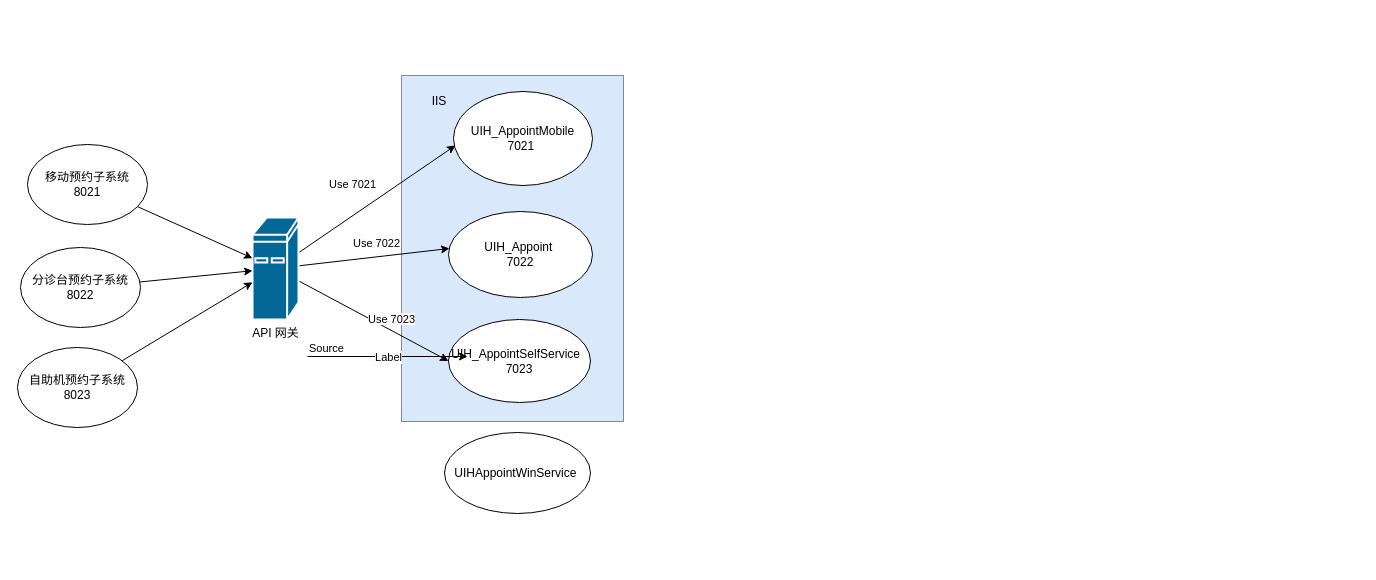
Earlier version of the draw.io diagram 预约图.drawio (vae1314/FlowChart). Source tidied: cells renumbered, new cells numbered last; positions are measured from the earlier drawing's top-left corner, leaving out a move shared by most shapes. Both pictures are drawn from the tidied source at 100%, with x=0, y=0 at pixel (17, 75).
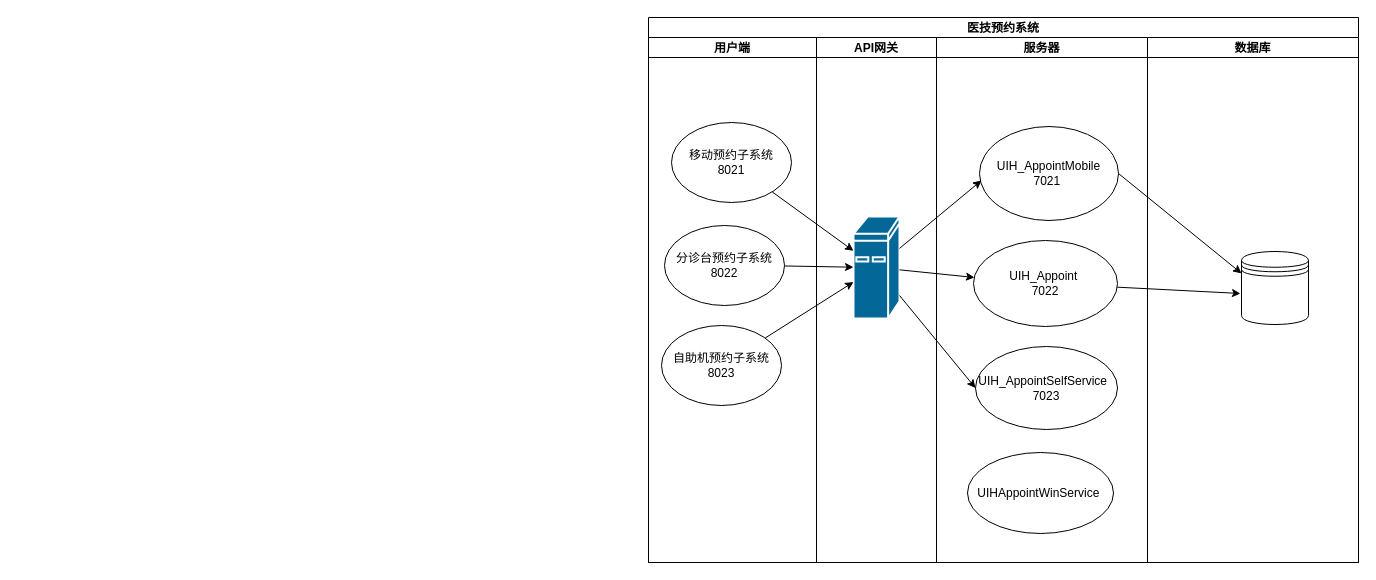
The same diagram, later.

Change to the diagram source:
```diff
@@
-    <mxCell id="2" style="rounded=0;whiteSpace=wrap;html=1;fillColor=#dae8fc;strokeColor=#6c8ebf;" parent="1" vertex="1">
-      <mxGeometry x="384" width="222" height="346" as="geometry" />
-    </mxCell>
+    <mxCell id="25" value="医技预约系统" style="swimlane;startSize=20;" parent="1" vertex="1">
+      <mxGeometry x="631" y="-58" width="710" height="545" as="geometry" />
+    </mxCell>
+    <mxCell id="26" value="用户端" style="swimlane;startSize=20;" parent="25" vertex="1">
+      <mxGeometry y="20" width="168" height="525" as="geometry" />
+    </mxCell>
+    <mxCell id="10" value="移动预约子系统&lt;br&gt;8021" style="ellipse;whiteSpace=wrap;html=1;" parent="26" vertex="1">
+      <mxGeometry x="23" y="85" width="120" height="80" as="geometry" />
+    </mxCell>
+    <mxCell id="12" value="自助机预约子系统&lt;br&gt;8023" style="ellipse;whiteSpace=wrap;html=1;" parent="26" vertex="1">
+      <mxGeometry x="13" y="288" width="120" height="80" as="geometry" />
+    </mxCell>
+    <mxCell id="19" value="分诊台预约子系统&lt;br&gt;8022" style="ellipse;whiteSpace=wrap;html=1;" parent="26" vertex="1">
+      <mxGeometry x="16" y="188" width="120" height="80" as="geometry" />
+    </mxCell>
+    <mxCell id="27" value="API网关" style="swimlane;startSize=20;" parent="25" vertex="1">
+      <mxGeometry x="168" y="20" width="120" height="525" as="geometry" />
+    </mxCell>
+    <mxCell id="8" style="shape=mxgraph.cisco.computers_and_peripherals.ibm_mini_as400;html=1;dashed=0;fillColor=#036897;strokeColor=#ffffff;strokeWidth=2;verticalLabelPosition=bottom;verticalAlign=top;align=center;outlineConnect=0;" parent="27" vertex="1">
+      <mxGeometry x="37" y="179" width="46" height="102" as="geometry" />
+    </mxCell>
+    <mxCell id="28" value="服务器" style="swimlane;startSize=20;" parent="25" vertex="1">
+      <mxGeometry x="288" y="20" width="211" height="525" as="geometry" />
+    </mxCell>
-    <mxCell id="3" value="UIH_AppointSelfService&amp;nbsp;&amp;nbsp;&lt;br&gt;7023" style="ellipse;whiteSpace=wrap;html=1;" parent="1" vertex="1">
-      <mxGeometry x="431" y="244" width="142" height="83" as="geometry" />
+    <mxCell id="3" value="UIH_AppointSelfService&amp;nbsp;&amp;nbsp;&lt;br&gt;7023" style="ellipse;whiteSpace=wrap;html=1;" parent="28" vertex="1">
+      <mxGeometry x="39" y="309" width="142" height="83" as="geometry" />
     </mxCell>
-    <mxCell id="4" value="UIH_AppointMobile&lt;br&gt;7021&amp;nbsp;" style="ellipse;whiteSpace=wrap;html=1;" parent="1" vertex="1">
-      <mxGeometry x="436" y="16" width="139" height="94" as="geometry" />
+    <mxCell id="4" value="UIH_AppointMobile&lt;br&gt;7021&amp;nbsp;" style="ellipse;whiteSpace=wrap;html=1;" parent="28" vertex="1">
+      <mxGeometry x="43" y="89" width="139" height="94" as="geometry" />
     </mxCell>
+    <mxCell id="15" value="UIH_Appoint&amp;nbsp;&lt;br&gt;7022" style="ellipse;whiteSpace=wrap;html=1;" parent="28" vertex="1">
+      <mxGeometry x="37" y="203" width="144" height="86" as="geometry" />
+    </mxCell>
+    <mxCell id="21" style="edgeStyle=none;rounded=0;orthogonalLoop=1;jettySize=auto;html=1;exitX=0.5;exitY=1;exitDx=0;exitDy=0;" parent="28" edge="1">
+      <mxGeometry relative="1" as="geometry">
+        <mxPoint x="54" y="105" as="sourcePoint" />
+        <mxPoint x="54" y="105" as="targetPoint" />
+      </mxGeometry>
+    </mxCell>
+    <mxCell id="14" value="UIHAppointWinService&amp;nbsp;" style="ellipse;whiteSpace=wrap;html=1;" parent="28" vertex="1">
+      <mxGeometry x="31" y="415" width="146" height="81" as="geometry" />
+    </mxCell>
-    <mxCell id="5" style="edgeStyle=none;rounded=0;jettySize=auto;html=1;entryX=0.014;entryY=0.574;entryDx=0;entryDy=0;entryPerimeter=0;" parent="1" edge="1" source="8" target="4">
+    <mxCell id="5" style="edgeStyle=none;rounded=0;jettySize=auto;html=1;entryX=0.014;entryY=0.574;entryDx=0;entryDy=0;entryPerimeter=0;" parent="25" edge="1" source="8" target="4">
       <mxGeometry relative="1" as="geometry" />
     </mxCell>
-    <mxCell id="6" style="edgeStyle=none;rounded=0;jettySize=auto;html=1;entryX=0.007;entryY=0.43;entryDx=0;entryDy=0;entryPerimeter=0;" parent="1" edge="1" source="8" target="15">
+    <mxCell id="6" style="edgeStyle=none;rounded=0;jettySize=auto;html=1;entryX=0.007;entryY=0.43;entryDx=0;entryDy=0;entryPerimeter=0;" parent="25" edge="1" source="8" target="15">
       <mxGeometry relative="1" as="geometry" />
     </mxCell>
-    <mxCell id="7" style="edgeStyle=none;rounded=0;jettySize=auto;html=1;entryX=0;entryY=0.5;entryDx=0;entryDy=0;" parent="1" edge="1" source="8" target="3">
+    <mxCell id="7" style="edgeStyle=none;rounded=0;jettySize=auto;html=1;entryX=0;entryY=0.5;entryDx=0;entryDy=0;" parent="25" edge="1" source="8" target="3">
       <mxGeometry relative="1" as="geometry" />
     </mxCell>
-    <mxCell id="8" value="API 网关&lt;br&gt;" style="shape=mxgraph.cisco.computers_and_peripherals.ibm_mini_as400;html=1;dashed=0;fillColor=#036897;strokeColor=#ffffff;strokeWidth=2;verticalLabelPosition=bottom;verticalAlign=top;align=center;outlineConnect=0;" parent="1" vertex="1">
-      <mxGeometry x="235" y="142" width="46" height="102" as="geometry" />
-    </mxCell>
-    <mxCell id="9" style="rounded=0;jettySize=auto;html=1;" parent="1" edge="1" source="10" target="8">
+    <mxCell id="9" style="rounded=0;jettySize=auto;html=1;" parent="25" edge="1" source="10" target="8">
       <mxGeometry relative="1" as="geometry" />
     </mxCell>
-    <mxCell id="10" value="移动预约子系统&lt;br&gt;8021" style="ellipse;whiteSpace=wrap;html=1;" parent="1" vertex="1">
-      <mxGeometry x="10" y="69" width="120" height="80" as="geometry" />
-    </mxCell>
-    <mxCell id="11" style="rounded=0;jettySize=auto;html=1;" parent="1" edge="1" source="12" target="8">
+    <mxCell id="11" style="rounded=0;jettySize=auto;html=1;" parent="25" edge="1" source="12" target="8">
       <mxGeometry relative="1" as="geometry" />
     </mxCell>
-    <mxCell id="12" value="自助机预约子系统&lt;br&gt;8023" style="ellipse;whiteSpace=wrap;html=1;" parent="1" vertex="1">
-      <mxGeometry y="272" width="120" height="80" as="geometry" />
-    </mxCell>
-    <mxCell id="13" value="Use 7022" style="edgeLabel;html=1;align=center;verticalAlign=middle;" parent="1" vertex="1">
-      <mxGeometry x="354" y="157" as="geometry">
-        <mxPoint x="4" y="10" as="offset" />
-      </mxGeometry>
-    </mxCell>
-    <mxCell id="14" value="UIHAppointWinService&amp;nbsp;" style="ellipse;whiteSpace=wrap;html=1;" parent="1" vertex="1">
-      <mxGeometry x="427" y="357" width="146" height="81" as="geometry" />
-    </mxCell>
-    <mxCell id="15" value="UIH_Appoint&amp;nbsp;&lt;br&gt;7022" style="ellipse;whiteSpace=wrap;html=1;" parent="1" vertex="1">
-      <mxGeometry x="431" y="136" width="144" height="86" as="geometry" />
-    </mxCell>
-    <mxCell id="16" value="&lt;span style=&quot;color: rgb(0, 0, 0); font-family: helvetica; font-size: 11px; font-style: normal; font-weight: 400; letter-spacing: normal; text-align: center; text-indent: 0px; text-transform: none; word-spacing: 0px; background-color: rgb(255, 255, 255); display: inline; float: none;&quot;&gt;Use 7021&lt;/span&gt;" style="text;whiteSpace=wrap;html=1;" parent="1" vertex="1">
-      <mxGeometry x="310" y="95" width="71" height="28" as="geometry" />
-    </mxCell>
-    <mxCell id="17" value="&lt;span style=&quot;color: rgb(0 , 0 , 0) ; font-family: &amp;#34;helvetica&amp;#34; ; font-size: 11px ; font-style: normal ; font-weight: 400 ; letter-spacing: normal ; text-align: center ; text-indent: 0px ; text-transform: none ; word-spacing: 0px ; background-color: rgb(255 , 255 , 255) ; display: inline ; float: none&quot;&gt;Use 7023&lt;/span&gt;" style="text;whiteSpace=wrap;html=1;" parent="1" vertex="1">
-      <mxGeometry x="349" y="230" width="71" height="28" as="geometry" />
-    </mxCell>
-    <mxCell id="18" style="edgeStyle=none;rounded=0;jettySize=auto;html=1;" parent="1" edge="1" source="19" target="8">
+    <mxCell id="18" style="edgeStyle=none;rounded=0;jettySize=auto;html=1;" parent="25" edge="1" source="19" target="8">
       <mxGeometry relative="1" as="geometry" />
     </mxCell>
-    <mxCell id="19" value="分诊台预约子系统&lt;br&gt;8022" style="ellipse;whiteSpace=wrap;html=1;" parent="1" vertex="1">
-      <mxGeometry x="3" y="172" width="120" height="80" as="geometry" />
-    </mxCell>
-    <mxCell id="20" value="IIS" style="text;html=1;strokeColor=none;fillColor=none;align=center;verticalAlign=middle;whiteSpace=wrap;rounded=0;" parent="1" vertex="1">
-      <mxGeometry x="402" y="16" width="40" height="20" as="geometry" />
-    </mxCell>
-    <mxCell id="21" style="edgeStyle=none;rounded=0;orthogonalLoop=1;jettySize=auto;html=1;exitX=0.5;exitY=1;exitDx=0;exitDy=0;" parent="1" edge="1" source="20" target="20">
-      <mxGeometry relative="1" as="geometry" />
-    </mxCell>
-    <mxCell id="22" style="endArrow=classic;html=1;" parent="1" edge="1">
-      <mxGeometry relative="1" as="geometry">
-        <mxPoint x="290" y="281" as="sourcePoint" />
-        <mxPoint x="450" y="281" as="targetPoint" />
-      </mxGeometry>
-    </mxCell>
-    <mxCell id="23" value="Label" style="edgeLabel;html=1;align=center;verticalAlign=middle;" parent="22" vertex="1">
-      <mxGeometry relative="1" as="geometry" />
-    </mxCell>
-    <mxCell id="24" value="Source" style="edgeLabel;html=1;align=left;verticalAlign=bottom;" parent="22" vertex="1">
-      <mxGeometry x="-1" relative="1" as="geometry" />
-    </mxCell>
+    <mxCell id="29" style="rounded=0;jettySize=auto;html=1;entryX=0;entryY=0.3;entryDx=0;entryDy=0;exitX=1;exitY=0.5;exitDx=0;exitDy=0;" parent="25" edge="1" source="4" target="32">
+      <mxGeometry relative="1" as="geometry" />
+    </mxCell>
+    <mxCell id="30" style="rounded=0;jettySize=auto;html=1;" parent="25" edge="1" source="15">
+      <mxGeometry relative="1" as="geometry">
+        <mxPoint x="592" y="276" as="targetPoint" />
+      </mxGeometry>
+    </mxCell>
+    <mxCell id="31" value="数据库" style="swimlane;startSize=20;" parent="25" vertex="1">
+      <mxGeometry x="499" y="20" width="211" height="525" as="geometry" />
+    </mxCell>
+    <mxCell id="32" style="shape=datastore;whiteSpace=wrap;html=1;" parent="31" vertex="1">
+      <mxGeometry x="94" y="214" width="67" height="73" as="geometry" />
+    </mxCell>
```
